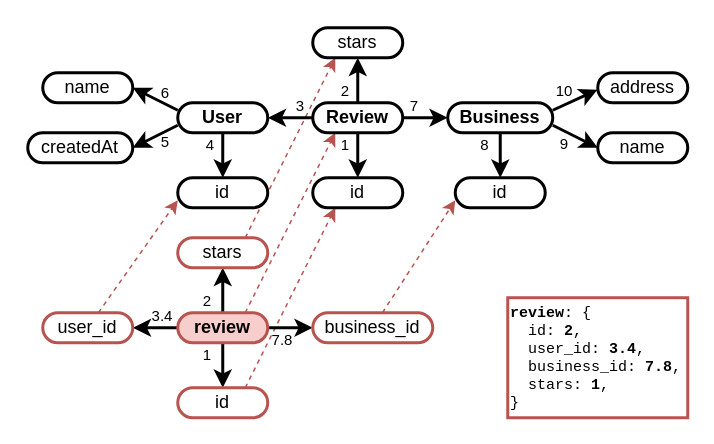
This is page "mapping" (4 of 16) of img/src/commentary.drawio from tuaki/phd-thesis, a draw.io file, before an edit. Source tidied: cells renumbered, new cells numbered last; positions are measured from the earlier drawing's top-left corner, leaving out a move shared by most shapes. Both pictures are drawn from the tidied source at 150%, with x=0, y=0 at pixel (27, 27).
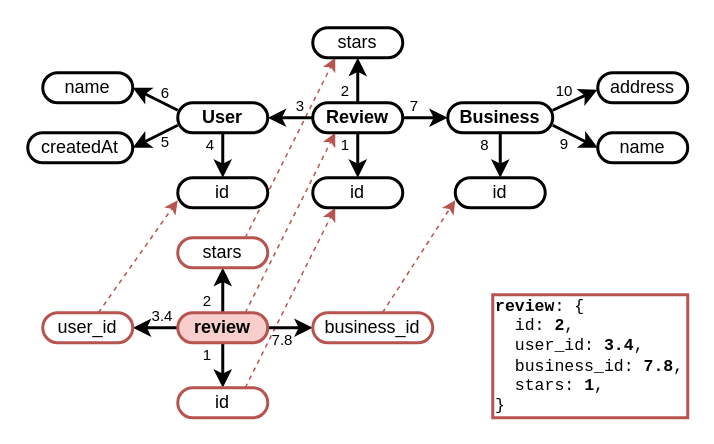
Above is the later version.

Diff of the diagram source:
```diff
@@
-    <mxCell id="19" value="&lt;b&gt;review&lt;/b&gt;: {&lt;div&gt;&amp;nbsp; id: &lt;b&gt;2&lt;/b&gt;,&lt;/div&gt;&lt;div&gt;&amp;nbsp; user_id: &lt;b&gt;3.4&lt;/b&gt;,&lt;/div&gt;&lt;div&gt;&amp;nbsp; &lt;span style=&quot;background-color: transparent; color: light-dark(rgb(0, 0, 0), rgb(255, 255, 255));&quot;&gt;business_id: &lt;b&gt;7.8&lt;/b&gt;,&lt;/span&gt;&lt;/div&gt;&lt;div&gt;&amp;nbsp; stars: &lt;b&gt;1&lt;/b&gt;,&lt;/div&gt;&lt;div&gt;&lt;div&gt;}&lt;/div&gt;&lt;/div&gt;" style="rounded=0;whiteSpace=wrap;html=1;fontSize=10;align=left;verticalAlign=middle;fillColor=none;strokeColor=#b85450;strokeWidth=2;fontFamily=Courier New;" parent="1" vertex="1">
-      <mxGeometry x="320" y="180" width="120" height="80" as="geometry" />
+    <mxCell id="19" value="&lt;b&gt;review&lt;/b&gt;: {&lt;div&gt;&amp;nbsp; id: &lt;b&gt;2&lt;/b&gt;,&lt;/div&gt;&lt;div&gt;&amp;nbsp; user_id: &lt;b&gt;3.4&lt;/b&gt;,&lt;/div&gt;&lt;div&gt;&amp;nbsp; &lt;span style=&quot;background-color: transparent; color: light-dark(rgb(0, 0, 0), rgb(255, 255, 255));&quot;&gt;business_id: &lt;b&gt;7.8&lt;/b&gt;,&lt;/span&gt;&lt;/div&gt;&lt;div&gt;&amp;nbsp; stars: &lt;b&gt;1&lt;/b&gt;,&lt;/div&gt;&lt;div&gt;&lt;div&gt;}&lt;/div&gt;&lt;/div&gt;" style="rounded=0;whiteSpace=wrap;html=1;fontSize=11;align=left;verticalAlign=middle;fillColor=none;strokeColor=#b85450;strokeWidth=2;fontFamily=Courier New;" parent="1" vertex="1">
+      <mxGeometry x="310" y="178" width="130" height="82" as="geometry" />
     </mxCell>
```
